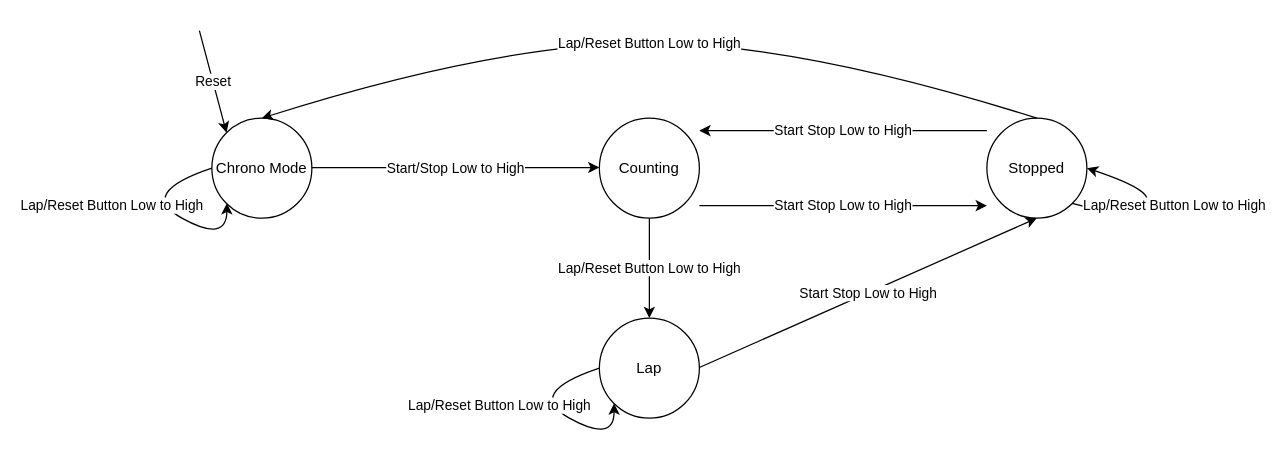
Above: page "stopwatch" (2 of 4) of Stopwatch FSM.drawio in epicfletch/UWE-Stopwatch-3LM (draw.io), before the change. Source tidied: cells renumbered, new cells numbered last; positions are measured from the earlier drawing's top-left corner, leaving out a move shared by most shapes. Both pictures are drawn from the tidied source at 125%, with x=0, y=0 at pixel (136, 30).
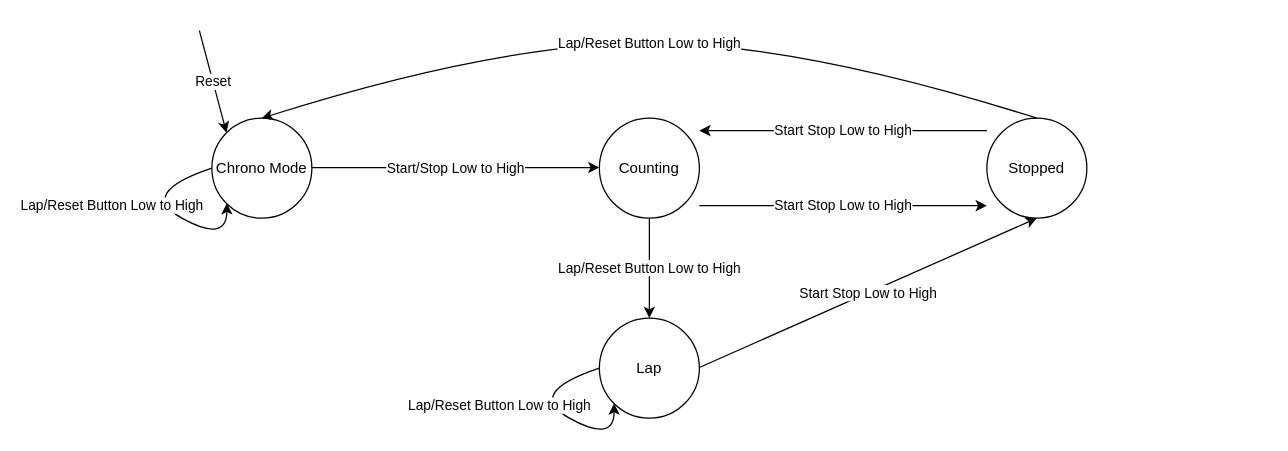
The same page after the edit.

Commit message:
Update following Josh Review

Unchanged cells that the change refers to:
```xml
<mxCell id="4" value="Stopped" style="ellipse;whiteSpace=wrap;html=1;" parent="1" vertex="1">
  <mxGeometry x="680" y="70" width="80" height="80" as="geometry" />
</mxCell>
```

Change to the diagram source:
```diff
@@
-    <mxCell id="14" value="Lap/Reset Button Low to High" style="curved=1;endArrow=classic;html=1;rounded=0;exitX=1;exitY=1;exitDx=0;exitDy=0;entryX=1;entryY=0.5;entryDx=0;entryDy=0;" parent="1" edge="1" source="4" target="4">
-      <mxGeometry x="0.11" y="14" relative="1" as="geometry">
-        <Array as="points">
-          <mxPoint x="790" y="150" />
-          <mxPoint x="820" y="130" />
-        </Array>
-        <mxPoint x="14" y="-3" as="offset" />
-      </mxGeometry>
-    </mxCell>
```
